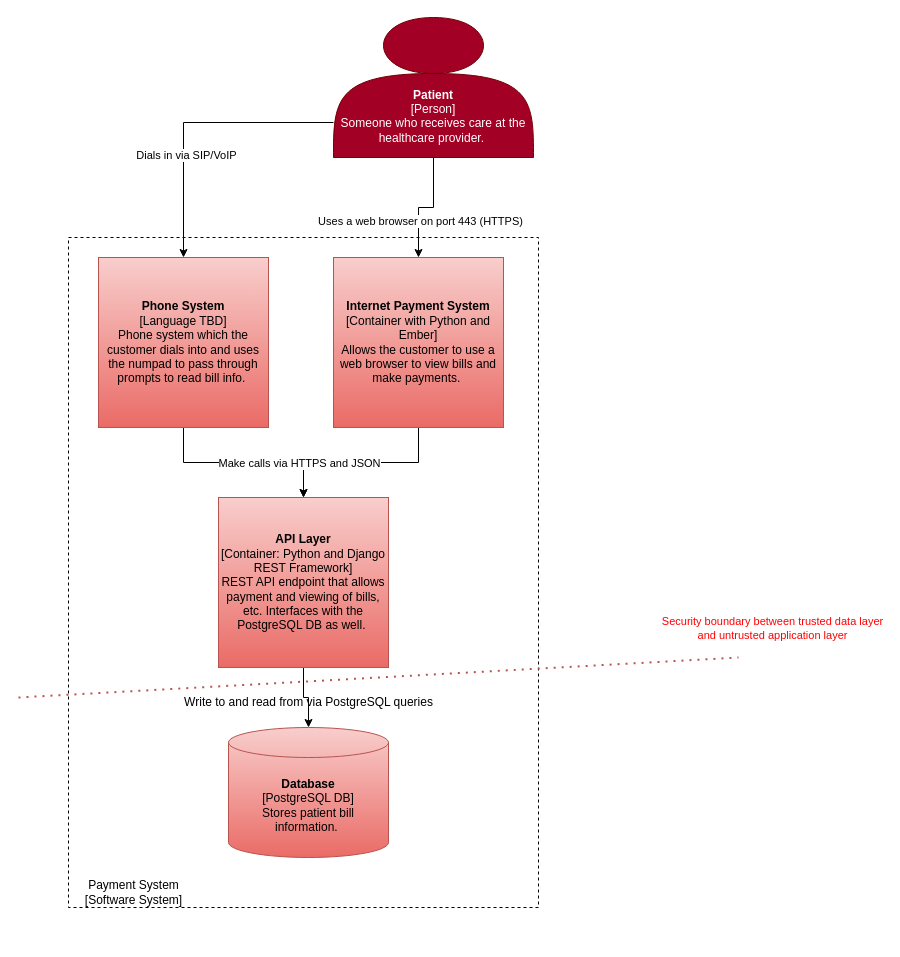
The draw.io diagram page "Container-Diagram-PaymentSystem" (2 of 3) of 8470-EHR-Lab.drawio in mestabrookuno/8470-assignments, before the edit. Source tidied: cells renumbered, new cells numbered last; positions are measured from the earlier drawing's top-left corner, leaving out a move shared by most shapes. Both pictures are drawn from the tidied source at 100%, with x=0, y=0 at pixel (18, 17).
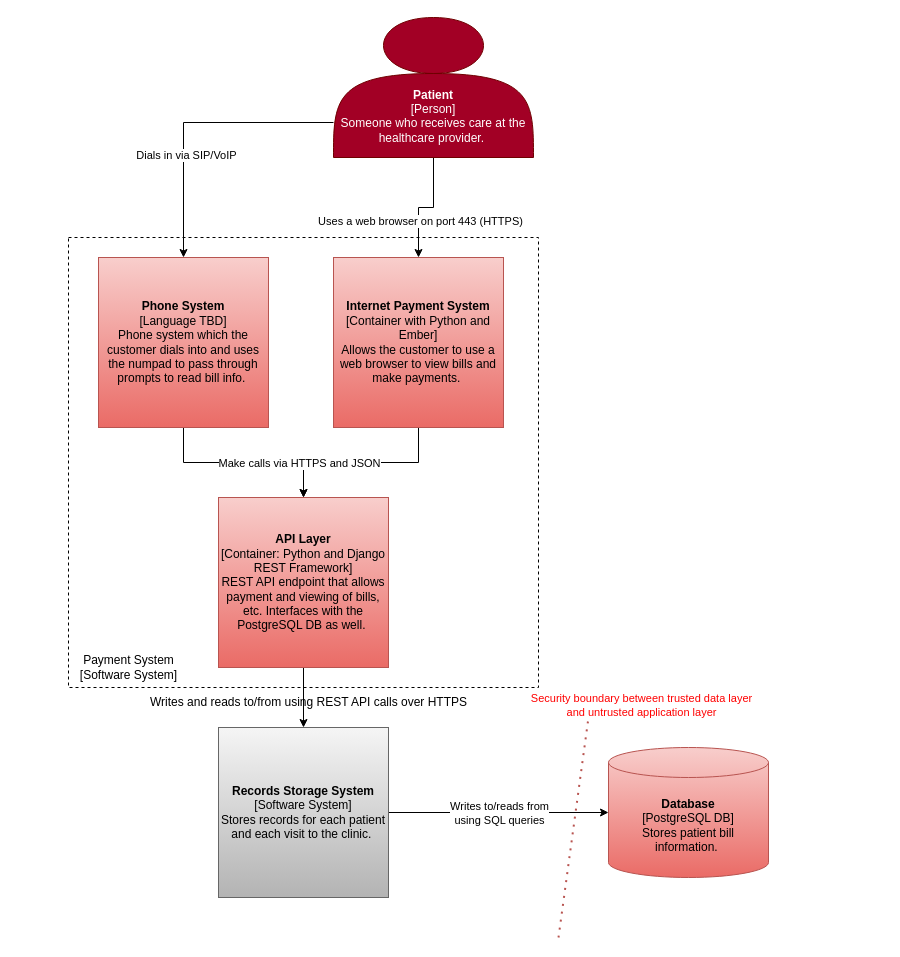
The same diagram, later.

Commit message:
Fixed some architecture on the payment portal container page.

The change refers to these unchanged cells:
```xml
<mxCell id="13" value="&lt;div style=&quot;&quot;&gt;&lt;b&gt;API Layer&lt;/b&gt;&lt;/div&gt;[Container: Python and Django REST Framework]&lt;br&gt;REST API endpoint that allows payment and viewing of bills, etc. Interfaces with the PostgreSQL DB as well.&amp;nbsp;" style="whiteSpace=wrap;html=1;fillColor=#f8cecc;strokeColor=#b85450;fillStyle=solid;gradientColor=#ea6b66;" parent="1" vertex="1">
  <mxGeometry x="200" y="480" width="170" height="170" as="geometry" />
</mxCell>
```

The edit, as a diff of the source:
```diff
@@
-    <mxCell id="12" style="edgeStyle=orthogonalEdgeStyle;rounded=0;jettySize=auto;html=1;exitX=0.5;exitY=1;exitDx=0;exitDy=0;entryX=0.5;entryY=0;entryDx=0;entryDy=0;entryPerimeter=0;strokeWidth=1;fontColor=#000000;startArrow=none;startFill=0;" parent="1" edge="1" source="13" target="14">
+    <mxCell id="12" style="edgeStyle=orthogonalEdgeStyle;rounded=0;jettySize=auto;html=1;exitX=0.5;exitY=1;exitDx=0;exitDy=0;entryX=0.5;entryY=0;entryDx=0;entryDy=0;strokeWidth=1;fontColor=#000000;startArrow=none;startFill=0;" parent="1" edge="1" source="13" target="22">
       <mxGeometry relative="1" as="geometry" />
     </mxCell>
@@
     <mxCell id="14" value="&lt;b&gt;Database&lt;/b&gt;&lt;br&gt;[PostgreSQL DB]&lt;br&gt;Stores patient bill information.&amp;nbsp;" style="shape=cylinder3;whiteSpace=wrap;html=1;boundedLbl=1;backgroundOutline=1;size=15;fillColor=#f8cecc;strokeColor=#b85450;gradientColor=#ea6b66;" parent="1" vertex="1">
-      <mxGeometry x="210" y="710" width="160" height="130" as="geometry" />
+      <mxGeometry x="590" y="730" width="160" height="130" as="geometry" />
     </mxCell>
-    <mxCell id="15" value="Write to and read from via PostgreSQL queries" style="text;html=1;align=center;verticalAlign=middle;strokeColor=none;fillColor=none;fontColor=#000000;" parent="1" vertex="1">
-      <mxGeometry x="155" y="670" width="270" height="30" as="geometry" />
+    <mxCell id="15" value="Writes and reads to/from using REST API calls over HTTPS" style="text;html=1;align=center;verticalAlign=middle;strokeColor=none;fillColor=none;fontColor=#000000;" parent="1" vertex="1">
+      <mxGeometry x="120" y="670" width="340" height="30" as="geometry" />
     </mxCell>
     <mxCell id="16" style="rounded=0;whiteSpace=wrap;html=1;fontColor=#000000;fillColor=none;dashed=1;" parent="1" vertex="1">
-      <mxGeometry x="50" y="220" width="470" height="670" as="geometry" />
+      <mxGeometry x="50" y="220" width="470" height="450" as="geometry" />
     </mxCell>
     <mxCell id="17" value="Payment System&lt;br&gt;[Software System]" style="text;html=1;align=center;verticalAlign=middle;strokeColor=none;fillColor=none;fontColor=#000000;" parent="1" vertex="1">
-      <mxGeometry x="55" y="855" width="120" height="40" as="geometry" />
+      <mxGeometry x="50" y="630" width="120" height="40" as="geometry" />
     </mxCell>
     <mxCell id="18" style="endArrow=none;dashed=1;html=1;dashPattern=1 3;strokeWidth=2;rounded=0;fontColor=#000000;fillColor=#f8cecc;gradientColor=#ea6b66;strokeColor=#b85450;" parent="1" edge="1">
       <mxGeometry relative="1" as="geometry">
-        <mxPoint y="680" as="sourcePoint" />
-        <mxPoint x="720" y="640" as="targetPoint" />
+        <mxPoint x="540" y="920" as="sourcePoint" />
+        <mxPoint x="570" y="700" as="targetPoint" />
       </mxGeometry>
     </mxCell>
     <mxCell id="19" value="Security boundary between trusted data layer &lt;br&gt;and untrusted application layer" style="edgeLabel;html=1;align=center;verticalAlign=middle;fontColor=#FF0000;" parent="18" vertex="1">
       <mxGeometry x="0.82" y="1" relative="1" as="geometry">
-        <mxPoint x="99" y="-32" as="offset" />
+        <mxPoint x="56" y="-32" as="offset" />
       </mxGeometry>
     </mxCell>
+    <mxCell id="20" style="edgeStyle=orthogonalEdgeStyle;rounded=0;jettySize=auto;html=1;exitX=1;exitY=0.5;exitDx=0;exitDy=0;entryX=0;entryY=0.5;entryDx=0;entryDy=0;entryPerimeter=0;strokeWidth=1;fontColor=#FF0000;startArrow=none;startFill=0;" parent="1" edge="1" source="22" target="14">
+      <mxGeometry relative="1" as="geometry" />
+    </mxCell>
+    <mxCell id="21" value="&lt;font color=&quot;#000000&quot;&gt;Writes to/reads from &lt;br&gt;using SQL queries&lt;/font&gt;" style="edgeLabel;html=1;align=center;verticalAlign=middle;fontColor=#FF0000;" parent="20" vertex="1">
+      <mxGeometry x="0.29" y="1" relative="1" as="geometry">
+        <mxPoint x="-32" y="1" as="offset" />
+      </mxGeometry>
+    </mxCell>
+    <mxCell id="22" value="&lt;div style=&quot;&quot;&gt;&lt;b&gt;Records Storage System&lt;/b&gt;&lt;/div&gt;[Software System]&lt;br&gt;Stores records for each patient and each visit to the clinic.&amp;nbsp;" style="whiteSpace=wrap;html=1;fillColor=#f5f5f5;fillStyle=solid;strokeColor=#666666;gradientColor=#b3b3b3;" parent="1" vertex="1">
+      <mxGeometry x="200" y="710" width="170" height="170" as="geometry" />
+    </mxCell>
```
